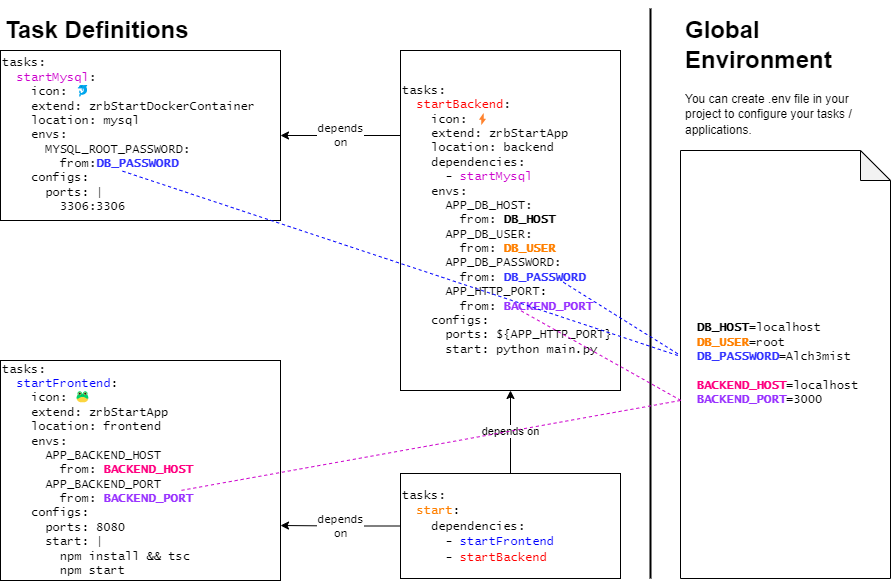
Before: docs/images/solution-example.png, a diagram exported from draw.io (goFrendiAsgard/zaruba). Source tidied: cells renumbered, new cells last; positions are measured from the earlier drawing's top-left corner, leaving out a move shared by most shapes.
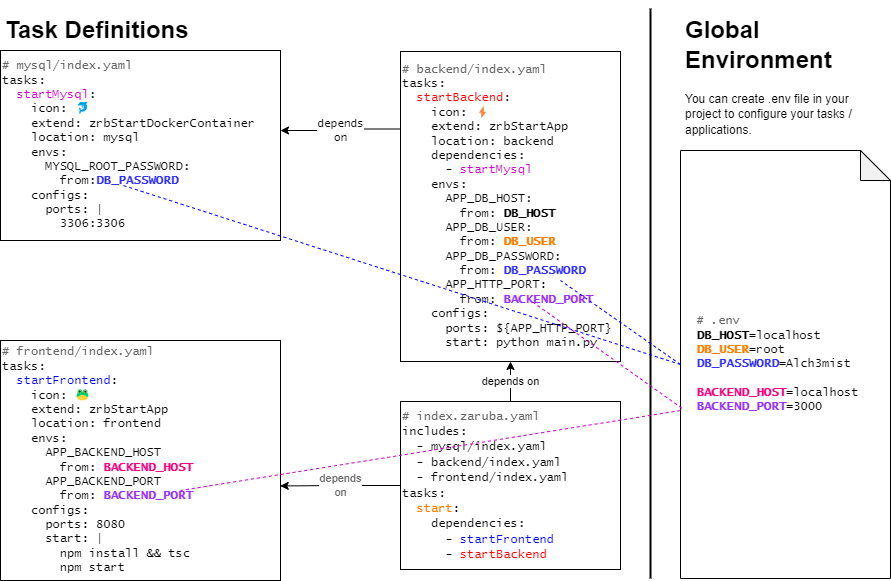
Above is the later version.

Change to the diagram source:
```diff
@@ -5,25 +5,27 @@
     <mxCell id="2" value="&lt;font face=&quot;Helvetica&quot;&gt;depends on&lt;/font&gt;" style="edgeStyle=orthogonalEdgeStyle;rounded=0;jettySize=auto;html=1;fontFamily=Lucida Console;fontColor=#000000;" parent="1" edge="1" source="4" target="7">
       <mxGeometry relative="1" as="geometry" />
     </mxCell>
-    <mxCell id="3" value="depends&lt;br&gt;on" style="edgeStyle=orthogonalEdgeStyle;rounded=0;jettySize=auto;html=1;entryX=1;entryY=0.75;entryDx=0;entryDy=0;fontFamily=Lucida Console;fontColor=#000000;" parent="1" edge="1" source="4" target="8">
+    <mxCell id="3" value="depends&lt;br&gt;on" style="edgeStyle=orthogonalEdgeStyle;rounded=0;jettySize=auto;html=1;exitX=0;exitY=0.5;exitDx=0;exitDy=0;entryX=0.999;entryY=0.606;entryDx=0;entryDy=0;entryPerimeter=0;fontColor=#666666;" parent="1" edge="1" source="4" target="8">
       <mxGeometry relative="1" as="geometry" />
     </mxCell>
-    <mxCell id="4" value="&lt;font face=&quot;Lucida Console&quot;&gt;tasks:&lt;br&gt;&amp;nbsp; &lt;font color=&quot;#ff8000&quot;&gt;start&lt;/font&gt;:&lt;br&gt;&amp;nbsp; &amp;nbsp; dependencies:&lt;br&gt;&amp;nbsp; &amp;nbsp; &amp;nbsp; - &lt;font color=&quot;#0000ff&quot;&gt;startFrontend&lt;/font&gt;&lt;br&gt;&amp;nbsp; &amp;nbsp; &amp;nbsp; - &lt;font color=&quot;#ff0000&quot;&gt;startBackend&lt;/font&gt;&lt;br&gt;&lt;/font&gt;" style="rounded=0;whiteSpace=wrap;html=1;fontFamily=Helvetica;fontColor=#000000;align=left;" parent="1" vertex="1">
-      <mxGeometry x="400" y="465" width="220" height="105" as="geometry" />
+    <mxCell id="4" value="&lt;span style=&quot;color: rgb(102, 102, 102); font-family: &amp;quot;Lucida Console&amp;quot;;&quot;&gt;# index.zaruba.yaml&lt;br&gt;&lt;/span&gt;&lt;font face=&quot;Lucida Console&quot;&gt;includes:&lt;br&gt;&amp;nbsp; - mysql/index.yaml&lt;br&gt;&amp;nbsp; - backend/index.yaml&lt;br&gt;&amp;nbsp; - frontend/index.yaml&lt;br&gt;tasks:&lt;br&gt;&amp;nbsp; &lt;font color=&quot;#ff8000&quot;&gt;start&lt;/font&gt;:&lt;br&gt;&amp;nbsp; &amp;nbsp; dependencies:&lt;br&gt;&amp;nbsp; &amp;nbsp; &amp;nbsp; - &lt;font color=&quot;#0000ff&quot;&gt;startFrontend&lt;/font&gt;&lt;br&gt;&amp;nbsp; &amp;nbsp; &amp;nbsp; - &lt;font color=&quot;#ff0000&quot;&gt;startBackend&lt;/font&gt;&lt;br&gt;&lt;/font&gt;" style="rounded=0;whiteSpace=wrap;html=1;fontFamily=Helvetica;fontColor=#000000;align=left;" parent="1" vertex="1">
+      <mxGeometry x="400" y="393" width="220" height="168" as="geometry" />
     </mxCell>
-    <mxCell id="5" value="&lt;font face=&quot;Lucida Console&quot;&gt;&lt;div&gt;tasks:&lt;/div&gt;&lt;div&gt;&lt;font color=&quot;#cc00cc&quot;&gt;&amp;nbsp; startMysql&lt;/font&gt;:&lt;/div&gt;&lt;div&gt;&amp;nbsp; &amp;nbsp; icon: 🐬&lt;/div&gt;&lt;div&gt;&amp;nbsp; &amp;nbsp; extend: zrbStartDockerContainer&lt;/div&gt;&lt;div&gt;&amp;nbsp; &amp;nbsp; location: mysql&lt;/div&gt;&lt;div&gt;&amp;nbsp; &amp;nbsp; envs:&lt;br&gt;&lt;div&gt;&amp;nbsp; &amp;nbsp; &amp;nbsp; MYSQL_ROOT_PASSWORD:&lt;span style=&quot;background-color: initial;&quot;&gt;&amp;nbsp; &amp;nbsp; &amp;nbsp; &amp;nbsp;&amp;nbsp;&lt;/span&gt;&lt;/div&gt;&lt;div&gt;&amp;nbsp; &amp;nbsp; &amp;nbsp; &amp;nbsp; from:&lt;b&gt;&lt;font color=&quot;#3333ff&quot;&gt;DB_PASSWORD&lt;/font&gt;&lt;/b&gt;&lt;br&gt;&amp;nbsp; &amp;nbsp; configs:&lt;/div&gt;&lt;/div&gt;&lt;div&gt;&amp;nbsp; &amp;nbsp; &amp;nbsp; ports: |&lt;/div&gt;&lt;div&gt;&amp;nbsp; &amp;nbsp; &amp;nbsp; &amp;nbsp; 3306:3306&lt;/div&gt;&lt;/font&gt;" style="rounded=0;whiteSpace=wrap;html=1;fontFamily=Helvetica;fontColor=#000000;align=left;" parent="1" vertex="1">
-      <mxGeometry y="42" width="280" height="170" as="geometry" />
+    <mxCell id="5" value="&lt;font face=&quot;Lucida Console&quot;&gt;&lt;div&gt;&lt;span style=&quot;color: rgb(102, 102, 102);&quot;&gt;# mysql/index.yaml&lt;/span&gt;&lt;br&gt;tasks:&lt;/div&gt;&lt;div&gt;&lt;font color=&quot;#cc00cc&quot;&gt;&amp;nbsp; startMysql&lt;/font&gt;:&lt;/div&gt;&lt;div&gt;&amp;nbsp; &amp;nbsp; icon: 🐬&lt;/div&gt;&lt;div&gt;&amp;nbsp; &amp;nbsp; extend: zrbStartDockerContainer&lt;/div&gt;&lt;div&gt;&amp;nbsp; &amp;nbsp; location: mysql&lt;/div&gt;&lt;div&gt;&amp;nbsp; &amp;nbsp; envs:&lt;br&gt;&lt;div&gt;&amp;nbsp; &amp;nbsp; &amp;nbsp; MYSQL_ROOT_PASSWORD:&lt;span style=&quot;background-color: initial;&quot;&gt;&amp;nbsp; &amp;nbsp; &amp;nbsp; &amp;nbsp;&amp;nbsp;&lt;/span&gt;&lt;/div&gt;&lt;div&gt;&amp;nbsp; &amp;nbsp; &amp;nbsp; &amp;nbsp; from:&lt;b&gt;&lt;font color=&quot;#3333ff&quot;&gt;DB_PASSWORD&lt;/font&gt;&lt;/b&gt;&lt;br&gt;&amp;nbsp; &amp;nbsp; configs:&lt;/div&gt;&lt;/div&gt;&lt;div&gt;&amp;nbsp; &amp;nbsp; &amp;nbsp; ports: |&lt;/div&gt;&lt;div&gt;&amp;nbsp; &amp;nbsp; &amp;nbsp; &amp;nbsp; 3306:3306&lt;/div&gt;&lt;/font&gt;" style="rounded=0;whiteSpace=wrap;html=1;fontFamily=Helvetica;fontColor=#000000;align=left;" parent="1" vertex="1">
+      <mxGeometry y="42" width="280" height="190" as="geometry" />
     </mxCell>
-    <mxCell id="6" value="depends&lt;br&gt;on" style="edgeStyle=orthogonalEdgeStyle;rounded=0;jettySize=auto;html=1;exitX=0;exitY=0.25;exitDx=0;exitDy=0;entryX=1;entryY=0.5;entryDx=0;entryDy=0;fontFamily=Lucida Console;fontColor=#000000;" parent="1" edge="1" source="7" target="5">
-      <mxGeometry relative="1" as="geometry" />
+    <mxCell id="6" value="depends&lt;br&gt;on" style="edgeStyle=orthogonalEdgeStyle;rounded=0;jettySize=auto;html=1;exitX=0;exitY=0.25;exitDx=0;exitDy=0;fontFamily=Lucida Console;fontColor=#000000;" parent="1" edge="1" source="7">
+      <mxGeometry relative="1" as="geometry">
+        <mxPoint x="280" y="122" as="targetPoint" />
+      </mxGeometry>
     </mxCell>
-    <mxCell id="7" value="&lt;font face=&quot;Lucida Console&quot;&gt;&lt;div&gt;tasks:&lt;/div&gt;&lt;div&gt;&lt;font color=&quot;#ff0000&quot;&gt;&amp;nbsp; startBackend&lt;/font&gt;:&lt;/div&gt;&lt;div&gt;&amp;nbsp; &amp;nbsp; icon: ⚡&lt;/div&gt;&lt;div&gt;&amp;nbsp; &amp;nbsp; extend: zrbStartApp&lt;/div&gt;&lt;div&gt;&amp;nbsp; &amp;nbsp; location: backend&lt;br&gt;&amp;nbsp; &amp;nbsp; dependencies:&lt;/div&gt;&lt;div&gt;&amp;nbsp; &amp;nbsp; &amp;nbsp; - &lt;font color=&quot;#cc00cc&quot;&gt;startMysql&lt;/font&gt;&lt;br&gt;&amp;nbsp; &amp;nbsp; envs:&lt;/div&gt;&lt;div&gt;&amp;nbsp; &amp;nbsp; &amp;nbsp;&amp;nbsp;&lt;span style=&quot;background-color: initial;&quot;&gt;APP_DB_HOST:&lt;/span&gt;&lt;div&gt;&amp;nbsp; &amp;nbsp; &amp;nbsp; &amp;nbsp; from: &lt;b&gt;DB_HOST&lt;/b&gt;&lt;/div&gt;&lt;/div&gt;&lt;div&gt;&amp;nbsp; &amp;nbsp; &amp;nbsp; APP_DB_USER:&lt;/div&gt;&lt;div&gt;&amp;nbsp; &amp;nbsp; &amp;nbsp; &amp;nbsp; from: &lt;font color=&quot;#ff8000&quot;&gt;&lt;b&gt;DB_USER&lt;/b&gt;&lt;/font&gt;&lt;/div&gt;&lt;div&gt;&amp;nbsp; &amp;nbsp; &amp;nbsp; APP_DB_PASSWORD:&lt;/div&gt;&lt;div&gt;&amp;nbsp; &amp;nbsp; &amp;nbsp; &amp;nbsp; from: &lt;font color=&quot;#3333ff&quot;&gt;&lt;b&gt;DB_PASSWORD&lt;/b&gt;&lt;/font&gt;&lt;/div&gt;&lt;div&gt;&amp;nbsp; &amp;nbsp; &amp;nbsp; APP_HTTP_PORT:&lt;/div&gt;&lt;div&gt;&amp;nbsp; &amp;nbsp; &amp;nbsp; &amp;nbsp; from: &lt;b&gt;&lt;font color=&quot;#9933ff&quot;&gt;BACKEND_PORT&lt;/font&gt;&lt;/b&gt;&lt;/div&gt;&lt;div&gt;&amp;nbsp; &amp;nbsp; configs:&lt;/div&gt;&lt;div&gt;&amp;nbsp; &amp;nbsp; &amp;nbsp; ports: ${APP_HTTP_PORT}&lt;/div&gt;&lt;div&gt;&lt;span style=&quot;background-color: initial;&quot;&gt;&amp;nbsp; &amp;nbsp; &amp;nbsp; start: python main.py&lt;/span&gt;&lt;/div&gt;&lt;/font&gt;" style="rounded=0;whiteSpace=wrap;html=1;fontFamily=Helvetica;fontColor=#000000;align=left;" parent="1" vertex="1">
-      <mxGeometry x="400" y="42" width="220" height="340" as="geometry" />
+    <mxCell id="7" value="&lt;font face=&quot;Lucida Console&quot;&gt;&lt;div&gt;&lt;font color=&quot;#666666&quot;&gt;# backend/index.yaml&lt;/font&gt;&lt;/div&gt;&lt;div&gt;tasks:&lt;/div&gt;&lt;div&gt;&lt;font color=&quot;#ff0000&quot;&gt;&amp;nbsp; startBackend&lt;/font&gt;:&lt;/div&gt;&lt;div&gt;&amp;nbsp; &amp;nbsp; icon: ⚡&lt;/div&gt;&lt;div&gt;&amp;nbsp; &amp;nbsp; extend: zrbStartApp&lt;/div&gt;&lt;div&gt;&amp;nbsp; &amp;nbsp; location: backend&lt;br&gt;&amp;nbsp; &amp;nbsp; dependencies:&lt;/div&gt;&lt;div&gt;&amp;nbsp; &amp;nbsp; &amp;nbsp; - &lt;font color=&quot;#cc00cc&quot;&gt;startMysql&lt;/font&gt;&lt;br&gt;&amp;nbsp; &amp;nbsp; envs:&lt;/div&gt;&lt;div&gt;&amp;nbsp; &amp;nbsp; &amp;nbsp;&amp;nbsp;&lt;span style=&quot;background-color: initial;&quot;&gt;APP_DB_HOST:&lt;/span&gt;&lt;div&gt;&amp;nbsp; &amp;nbsp; &amp;nbsp; &amp;nbsp; from: &lt;b&gt;DB_HOST&lt;/b&gt;&lt;/div&gt;&lt;/div&gt;&lt;div&gt;&amp;nbsp; &amp;nbsp; &amp;nbsp; APP_DB_USER:&lt;/div&gt;&lt;div&gt;&amp;nbsp; &amp;nbsp; &amp;nbsp; &amp;nbsp; from: &lt;font color=&quot;#ff8000&quot;&gt;&lt;b&gt;DB_USER&lt;/b&gt;&lt;/font&gt;&lt;/div&gt;&lt;div&gt;&amp;nbsp; &amp;nbsp; &amp;nbsp; APP_DB_PASSWORD:&lt;/div&gt;&lt;div&gt;&amp;nbsp; &amp;nbsp; &amp;nbsp; &amp;nbsp; from: &lt;font color=&quot;#3333ff&quot;&gt;&lt;b&gt;DB_PASSWORD&lt;/b&gt;&lt;/font&gt;&lt;/div&gt;&lt;div&gt;&amp;nbsp; &amp;nbsp; &amp;nbsp; APP_HTTP_PORT:&lt;/div&gt;&lt;div&gt;&amp;nbsp; &amp;nbsp; &amp;nbsp; &amp;nbsp; from: &lt;b&gt;&lt;font color=&quot;#9933ff&quot;&gt;BACKEND_PORT&lt;/font&gt;&lt;/b&gt;&lt;/div&gt;&lt;div&gt;&amp;nbsp; &amp;nbsp; configs:&lt;/div&gt;&lt;div&gt;&amp;nbsp; &amp;nbsp; &amp;nbsp; ports: ${APP_HTTP_PORT}&lt;/div&gt;&lt;div&gt;&lt;span style=&quot;background-color: initial;&quot;&gt;&amp;nbsp; &amp;nbsp; &amp;nbsp; start: python main.py&lt;/span&gt;&lt;/div&gt;&lt;/font&gt;" style="rounded=0;whiteSpace=wrap;html=1;fontFamily=Helvetica;fontColor=#000000;align=left;" parent="1" vertex="1">
+      <mxGeometry x="400" y="43" width="220" height="310" as="geometry" />
     </mxCell>
-    <mxCell id="8" value="&lt;font face=&quot;Lucida Console&quot;&gt;&lt;div&gt;tasks:&lt;/div&gt;&lt;div&gt;&lt;font color=&quot;#0000ff&quot;&gt;&amp;nbsp; startFrontend&lt;/font&gt;:&lt;/div&gt;&lt;div&gt;&amp;nbsp; &amp;nbsp; icon:&amp;nbsp;🐸&lt;/div&gt;&lt;div&gt;&amp;nbsp; &amp;nbsp; extend: zrbStartApp&lt;/div&gt;&lt;div&gt;&amp;nbsp; &amp;nbsp; location: frontend&lt;/div&gt;&lt;div&gt;&amp;nbsp; &amp;nbsp; envs:&lt;/div&gt;&lt;div&gt;&amp;nbsp; &amp;nbsp; &amp;nbsp; APP_BACKEND_HOST&lt;br&gt;&amp;nbsp; &amp;nbsp; &amp;nbsp; &amp;nbsp; from: &lt;b&gt;&lt;font color=&quot;#ff0080&quot;&gt;BACKEND_HOST&lt;/font&gt;&lt;/b&gt;&lt;/div&gt;&lt;/font&gt;&lt;div style=&quot;font-family: &amp;quot;Lucida Console&amp;quot;;&quot;&gt;&amp;nbsp; &amp;nbsp; &amp;nbsp; APP_BACKEND_PORT&lt;br&gt;&amp;nbsp; &amp;nbsp; &amp;nbsp; &amp;nbsp; from: &lt;b&gt;&lt;font color=&quot;#9933ff&quot;&gt;BACKEND_PORT&lt;/font&gt;&lt;/b&gt;&lt;/div&gt;&lt;font face=&quot;Lucida Console&quot;&gt;&lt;div&gt;&amp;nbsp; &amp;nbsp; configs:&lt;/div&gt;&lt;div&gt;&amp;nbsp; &amp;nbsp; &amp;nbsp; ports: 8080&lt;/div&gt;&lt;div&gt;&lt;span style=&quot;background-color: initial;&quot;&gt;&amp;nbsp; &amp;nbsp; &amp;nbsp; start: |&lt;/span&gt;&lt;/div&gt;&lt;div&gt;&lt;span style=&quot;background-color: initial;&quot;&gt;&amp;nbsp; &amp;nbsp; &amp;nbsp; &amp;nbsp; npm install &amp;amp;&amp;amp; tsc&lt;/span&gt;&lt;/div&gt;&lt;div&gt;&lt;span style=&quot;background-color: initial;&quot;&gt;&amp;nbsp; &amp;nbsp; &amp;nbsp; &amp;nbsp; npm start&lt;/span&gt;&lt;/div&gt;&lt;/font&gt;" style="rounded=0;whiteSpace=wrap;html=1;fontFamily=Helvetica;fontColor=#000000;align=left;" parent="1" vertex="1">
-      <mxGeometry y="352" width="280" height="220" as="geometry" />
+    <mxCell id="8" value="&lt;font face=&quot;Lucida Console&quot;&gt;&lt;div&gt;&lt;span style=&quot;color: rgb(102, 102, 102);&quot;&gt;# frontend/index.yaml&lt;/span&gt;&lt;br&gt;tasks:&lt;/div&gt;&lt;div&gt;&lt;font color=&quot;#0000ff&quot;&gt;&amp;nbsp; startFrontend&lt;/font&gt;:&lt;/div&gt;&lt;div&gt;&amp;nbsp; &amp;nbsp; icon:&amp;nbsp;🐸&lt;/div&gt;&lt;div&gt;&amp;nbsp; &amp;nbsp; extend: zrbStartApp&lt;/div&gt;&lt;div&gt;&amp;nbsp; &amp;nbsp; location: frontend&lt;/div&gt;&lt;div&gt;&amp;nbsp; &amp;nbsp; envs:&lt;/div&gt;&lt;div&gt;&amp;nbsp; &amp;nbsp; &amp;nbsp; APP_BACKEND_HOST&lt;br&gt;&amp;nbsp; &amp;nbsp; &amp;nbsp; &amp;nbsp; from: &lt;b&gt;&lt;font color=&quot;#ff0080&quot;&gt;BACKEND_HOST&lt;/font&gt;&lt;/b&gt;&lt;/div&gt;&lt;/font&gt;&lt;div style=&quot;font-family: &amp;quot;Lucida Console&amp;quot;;&quot;&gt;&amp;nbsp; &amp;nbsp; &amp;nbsp; APP_BACKEND_PORT&lt;br&gt;&amp;nbsp; &amp;nbsp; &amp;nbsp; &amp;nbsp; from: &lt;b&gt;&lt;font color=&quot;#9933ff&quot;&gt;BACKEND_PORT&lt;/font&gt;&lt;/b&gt;&lt;/div&gt;&lt;font face=&quot;Lucida Console&quot;&gt;&lt;div&gt;&amp;nbsp; &amp;nbsp; configs:&lt;/div&gt;&lt;div&gt;&amp;nbsp; &amp;nbsp; &amp;nbsp; ports: 8080&lt;/div&gt;&lt;div&gt;&lt;span style=&quot;background-color: initial;&quot;&gt;&amp;nbsp; &amp;nbsp; &amp;nbsp; start: |&lt;/span&gt;&lt;/div&gt;&lt;div&gt;&lt;span style=&quot;background-color: initial;&quot;&gt;&amp;nbsp; &amp;nbsp; &amp;nbsp; &amp;nbsp; npm install &amp;amp;&amp;amp; tsc&lt;/span&gt;&lt;/div&gt;&lt;div&gt;&lt;span style=&quot;background-color: initial;&quot;&gt;&amp;nbsp; &amp;nbsp; &amp;nbsp; &amp;nbsp; npm start&lt;/span&gt;&lt;/div&gt;&lt;/font&gt;" style="rounded=0;whiteSpace=wrap;html=1;fontFamily=Helvetica;fontColor=#000000;align=left;" parent="1" vertex="1">
+      <mxGeometry y="332" width="280" height="240" as="geometry" />
     </mxCell>
-    <mxCell id="9" value="&lt;font color=&quot;#000000&quot;&gt;&lt;b&gt;&amp;nbsp; DB_HOST&lt;/b&gt;=localhost&lt;/font&gt;&lt;br&gt;&lt;font color=&quot;#ff8000&quot;&gt;&lt;b&gt;&amp;nbsp; DB_USER&lt;/b&gt;&lt;/font&gt;&lt;font color=&quot;#000000&quot;&gt;=root&lt;/font&gt;&lt;br&gt;&lt;font color=&quot;#3333ff&quot;&gt;&lt;b&gt;&amp;nbsp; DB_PASSWORD&lt;/b&gt;&lt;/font&gt;&lt;font color=&quot;#000000&quot;&gt;=Alch3mist&lt;/font&gt;&lt;br&gt;&lt;br&gt;&lt;font color=&quot;#ff0080&quot;&gt;&lt;b&gt;&amp;nbsp; BACKEND_HOST&lt;/b&gt;&lt;/font&gt;&lt;font color=&quot;#000000&quot;&gt;=localhost&lt;/font&gt;&lt;br&gt;&lt;font color=&quot;#9933ff&quot;&gt;&lt;b&gt;&amp;nbsp; BACKEND_PORT&lt;/b&gt;&lt;/font&gt;&lt;font color=&quot;#000000&quot;&gt;=3000&lt;br&gt;&lt;/font&gt;" style="shape=note;whiteSpace=wrap;html=1;backgroundOutline=1;darkOpacity=0.05;fontFamily=Lucida Console;fontColor=#CC00CC;align=left;" parent="1" vertex="1">
+    <mxCell id="9" value="&lt;font style=&quot;font-weight: bold;&quot; color=&quot;#000000&quot;&gt;&amp;nbsp; &lt;/font&gt;&lt;font style=&quot;&quot; color=&quot;#666666&quot;&gt;# .env&lt;/font&gt;&lt;font style=&quot;font-weight: bold;&quot; color=&quot;#000000&quot;&gt;&amp;nbsp;&amp;nbsp;&lt;/font&gt;&lt;br&gt;&lt;font style=&quot;font-weight: bold;&quot; color=&quot;#000000&quot;&gt;&amp;nbsp; DB_HOST&lt;/font&gt;&lt;font color=&quot;#000000&quot;&gt;=localhost&lt;/font&gt;&lt;br&gt;&lt;font color=&quot;#ff8000&quot;&gt;&lt;b&gt;&amp;nbsp; DB_USER&lt;/b&gt;&lt;/font&gt;&lt;font color=&quot;#000000&quot;&gt;=root&lt;/font&gt;&lt;br&gt;&lt;font color=&quot;#3333ff&quot;&gt;&lt;b&gt;&amp;nbsp; DB_PASSWORD&lt;/b&gt;&lt;/font&gt;&lt;font color=&quot;#000000&quot;&gt;=Alch3mist&lt;/font&gt;&lt;br&gt;&lt;br&gt;&lt;font color=&quot;#ff0080&quot;&gt;&lt;b&gt;&amp;nbsp; BACKEND_HOST&lt;/b&gt;&lt;/font&gt;&lt;font color=&quot;#000000&quot;&gt;=localhost&lt;/font&gt;&lt;br&gt;&lt;font color=&quot;#9933ff&quot;&gt;&lt;b&gt;&amp;nbsp; BACKEND_PORT&lt;/b&gt;&lt;/font&gt;&lt;font color=&quot;#000000&quot;&gt;=3000&lt;br&gt;&lt;/font&gt;" style="shape=note;whiteSpace=wrap;html=1;backgroundOutline=1;darkOpacity=0.05;fontFamily=Lucida Console;fontColor=#CC00CC;align=left;" parent="1" vertex="1">
       <mxGeometry x="680" y="142" width="210" height="428" as="geometry" />
     </mxCell>
     <mxCell id="10" style="endArrow=none;html=1;strokeWidth=2;rounded=0;fontFamily=Lucida Console;fontColor=#000000;" parent="1" edge="1">
@@ -38,22 +40,23 @@
     <mxCell id="12" value="&lt;h1&gt;&lt;font face=&quot;Helvetica&quot;&gt;Global Environment&lt;/font&gt;&lt;/h1&gt;&lt;div&gt;&lt;font face=&quot;Helvetica&quot;&gt;You can create .env file in your project to configure your tasks / applications.&lt;/font&gt;&lt;/div&gt;" style="text;html=1;strokeColor=none;fillColor=none;spacing=5;spacingTop=-20;whiteSpace=wrap;overflow=hidden;rounded=0;fontFamily=Lucida Console;fontColor=#000000;" parent="1" vertex="1">
       <mxGeometry x="680" y="2" width="210" height="130" as="geometry" />
     </mxCell>
-    <mxCell id="13" style="endArrow=none;dashed=1;html=1;strokeWidth=1;rounded=0;fontColor=#FF8000;exitX=-0.013;exitY=0.475;exitDx=0;exitDy=0;exitPerimeter=0;strokeColor=#0000FF;" parent="1" edge="1" source="9">
+    <mxCell id="13" style="endArrow=none;dashed=1;html=1;strokeWidth=1;rounded=0;fontColor=#FF8000;exitX=0;exitY=0.5;exitDx=0;exitDy=0;exitPerimeter=0;strokeColor=#0000FF;" parent="1" edge="1" source="9">
       <mxGeometry relative="1" as="geometry">
         <mxPoint x="560" y="272" as="targetPoint" />
       </mxGeometry>
     </mxCell>
-    <mxCell id="14" style="endArrow=none;dashed=1;html=1;strokeWidth=1;rounded=0;fontColor=#FF8000;entryX=0.429;entryY=0.706;entryDx=0;entryDy=0;entryPerimeter=0;exitX=-0.013;exitY=0.479;exitDx=0;exitDy=0;exitPerimeter=0;strokeColor=#0000FF;" parent="1" edge="1" source="9" target="5">
+    <mxCell id="14" style="endArrow=none;dashed=1;html=1;strokeWidth=1;rounded=0;fontColor=#FF8000;entryX=0.429;entryY=0.706;entryDx=0;entryDy=0;entryPerimeter=0;exitX=0;exitY=0.5;exitDx=0;exitDy=0;exitPerimeter=0;strokeColor=#0000FF;" parent="1" edge="1" source="9" target="5">
       <mxGeometry relative="1" as="geometry" />
     </mxCell>
-    <mxCell id="15" style="endArrow=none;dashed=1;html=1;strokeWidth=1;rounded=0;fontColor=#FF8000;exitX=0.002;exitY=0.584;exitDx=0;exitDy=0;exitPerimeter=0;strokeColor=#CC00CC;" parent="1" edge="1" source="9">
+    <mxCell id="15" style="endArrow=none;dashed=1;html=1;strokeWidth=1;rounded=0;fontColor=#FF8000;exitX=0.006;exitY=0.602;exitDx=0;exitDy=0;exitPerimeter=0;strokeColor=#CC00CC;" parent="1" edge="1" source="9">
       <mxGeometry relative="1" as="geometry">
-        <mxPoint x="520" y="302" as="targetPoint" />
+        <mxPoint x="530" y="292" as="targetPoint" />
       </mxGeometry>
     </mxCell>
-    <mxCell id="16" style="endArrow=none;dashed=1;html=1;strokeWidth=1;rounded=0;fontColor=#FF8000;strokeColor=#CC00CC;entryX=0.643;entryY=0.591;entryDx=0;entryDy=0;entryPerimeter=0;" parent="1" edge="1" target="8">
+    <mxCell id="16" style="endArrow=none;dashed=1;html=1;strokeWidth=1;rounded=0;fontColor=#FF8000;strokeColor=#CC00CC;" parent="1" edge="1">
       <mxGeometry relative="1" as="geometry">
-        <mxPoint x="680" y="392" as="sourcePoint" />
+        <mxPoint x="680" y="402" as="sourcePoint" />
+        <mxPoint x="180" y="482" as="targetPoint" />
       </mxGeometry>
     </mxCell>
   </root>
```
